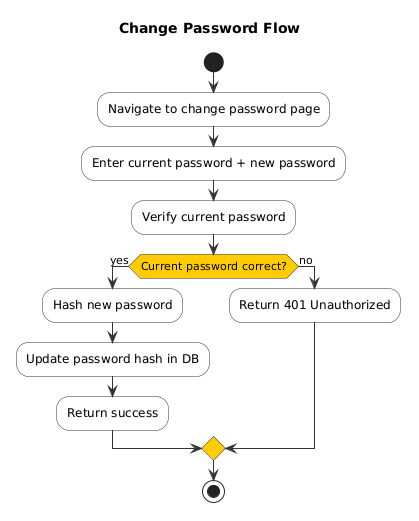
Before: modules/auth/images/activity/change-password-activity.png, a diagram exported from PlantUML (namnh240795/document).
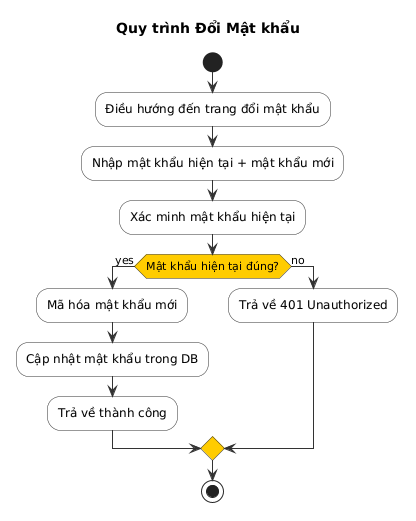
Later version of the same file.

Change to the diagram source:
```diff
@@ -8,22 +8,22 @@
   DiamondBorderColor #333333
 }
 
-title Change Password Flow
+title Quy trình Đổi Mật khẩu
 
 start
 
-:Navigate to change password page;
+:Điều hướng đến trang đổi mật khẩu;
 
-:Enter current password + new password;
+:Nhập mật khẩu hiện tại + mật khẩu mới;
 
-:Verify current password;
+:Xác minh mật khẩu hiện tại;
 
-if (Current password correct?) then (yes)
-  :Hash new password;
-  :Update password hash in DB;
-  :Return success;
+if (Mật khẩu hiện tại đúng?) then (yes)
+  :Mã hóa mật khẩu mới;
+  :Cập nhật mật khẩu trong DB;
+  :Trả về thành công;
 else (no)
-  :Return 401 Unauthorized;
+  :Trả về 401 Unauthorized;
 endif
 
 stop
```
